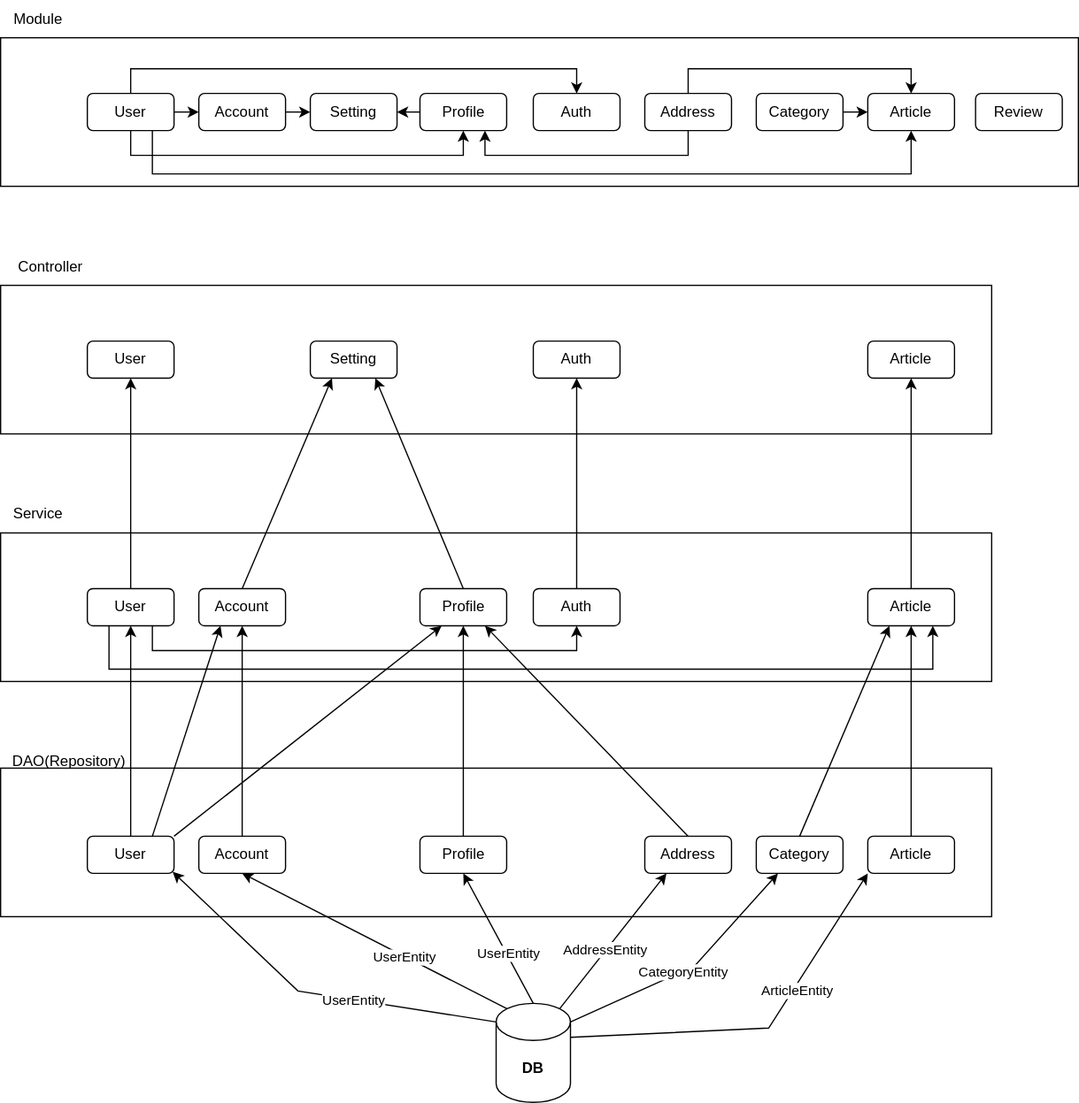
Earlier version of the draw.io export docs/uml/design-pattern.drawio.svg (1Dohyeon/RentEase). Source tidied: cells renumbered, new cells last; positions are measured from the earlier drawing's top-left corner, leaving out a move shared by most shapes.
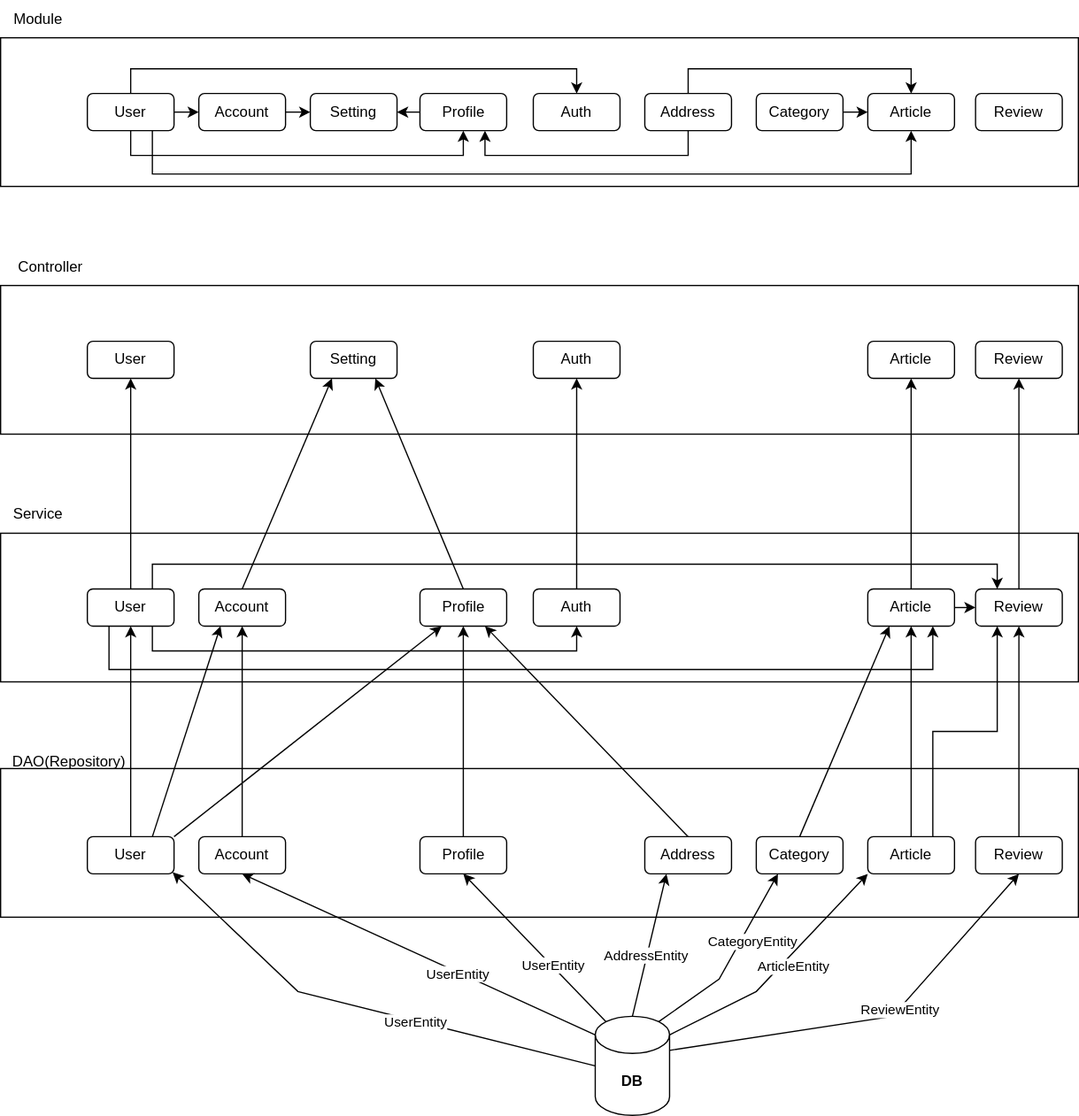
After the change.

Commit message:
ADD: Review 모듈 관계 설정

Diff of the diagram source:
```diff
@@ -3,16 +3,16 @@
     <mxCell id="0" />
     <mxCell id="1" parent="0" />
     <mxCell id="2" value="&lt;b&gt;DB&lt;/b&gt;" style="shape=cylinder3;whiteSpace=wrap;html=1;boundedLbl=1;backgroundOutline=1;size=15;" parent="1" vertex="1">
-      <mxGeometry x="400" y="810" width="60" height="80" as="geometry" />
+      <mxGeometry x="480" y="820" width="60" height="80" as="geometry" />
     </mxCell>
     <mxCell id="3" style="rounded=0;whiteSpace=wrap;html=1;" parent="1" vertex="1">
-      <mxGeometry y="230" width="800" height="120" as="geometry" />
+      <mxGeometry y="230" width="870" height="120" as="geometry" />
     </mxCell>
     <mxCell id="4" style="rounded=0;whiteSpace=wrap;html=1;" parent="1" vertex="1">
-      <mxGeometry y="430" width="800" height="120" as="geometry" />
+      <mxGeometry y="430" width="870" height="120" as="geometry" />
     </mxCell>
     <mxCell id="5" style="rounded=0;whiteSpace=wrap;html=1;" parent="1" vertex="1">
-      <mxGeometry y="620" width="800" height="120" as="geometry" />
+      <mxGeometry y="620" width="870" height="120" as="geometry" />
     </mxCell>
     <mxCell id="6" value="Controller" style="text;html=1;align=center;verticalAlign=middle;strokeColor=none;fillColor=none;" parent="1" vertex="1">
       <mxGeometry y="200" width="80" height="30" as="geometry" />
@@ -41,6 +41,9 @@
         </Array>
       </mxGeometry>
     </mxCell>
+    <mxCell id="71" style="edgeStyle=orthogonalEdgeStyle;rounded=0;jettySize=auto;html=1;exitX=0.75;exitY=0;exitDx=0;exitDy=0;entryX=0.25;entryY=0;entryDx=0;entryDy=0;" parent="1" edge="1" source="13" target="76">
+      <mxGeometry relative="1" as="geometry" />
+    </mxCell>
     <mxCell id="13" value="User" style="rounded=1;whiteSpace=wrap;html=1;" parent="1" vertex="1">
       <mxGeometry x="70" y="475" width="70" height="30" as="geometry" />
     </mxCell>
@@ -79,7 +82,7 @@
     <mxCell id="23" value="User" style="rounded=1;whiteSpace=wrap;html=1;" parent="1" vertex="1">
       <mxGeometry x="70" y="675" width="70" height="30" as="geometry" />
     </mxCell>
-    <mxCell id="24" style="endArrow=classic;html=1;rounded=0;exitX=0;exitY=0;exitDx=0;exitDy=15;exitPerimeter=0;entryX=0.984;entryY=0.959;entryDx=0;entryDy=0;entryPerimeter=0;" parent="1" edge="1" source="2" target="23">
+    <mxCell id="24" style="endArrow=classic;html=1;rounded=0;exitX=0;exitY=0.5;exitDx=0;exitDy=0;exitPerimeter=0;entryX=0.984;entryY=0.959;entryDx=0;entryDy=0;entryPerimeter=0;" parent="1" edge="1" source="2" target="23">
       <mxGeometry relative="1" as="geometry">
         <Array as="points">
           <mxPoint x="240" y="800" />
@@ -158,19 +161,19 @@
     <mxCell id="48" value="Address" style="rounded=1;whiteSpace=wrap;html=1;" parent="1" vertex="1">
       <mxGeometry x="520" y="675" width="70" height="30" as="geometry" />
     </mxCell>
-    <mxCell id="49" style="rounded=0;jettySize=auto;html=1;exitX=0.145;exitY=0;exitDx=0;exitDy=4.35;exitPerimeter=0;entryX=0.5;entryY=1;entryDx=0;entryDy=0;" parent="1" edge="1" source="2" target="44">
+    <mxCell id="49" style="rounded=0;jettySize=auto;html=1;exitX=0;exitY=0;exitDx=0;exitDy=15;exitPerimeter=0;entryX=0.5;entryY=1;entryDx=0;entryDy=0;" parent="1" edge="1" source="2" target="44">
       <mxGeometry relative="1" as="geometry" />
     </mxCell>
     <mxCell id="50" value="UserEntity" style="edgeLabel;html=1;align=center;verticalAlign=middle;" parent="49" vertex="1">
       <mxGeometry x="-0.22" y="1" relative="1" as="geometry" />
     </mxCell>
-    <mxCell id="51" style="rounded=0;jettySize=auto;html=1;exitX=0.5;exitY=0;exitDx=0;exitDy=0;exitPerimeter=0;entryX=0.5;entryY=1;entryDx=0;entryDy=0;" parent="1" edge="1" source="2" target="46">
+    <mxCell id="51" style="rounded=0;jettySize=auto;html=1;exitX=0.145;exitY=0;exitDx=0;exitDy=4.35;exitPerimeter=0;entryX=0.5;entryY=1;entryDx=0;entryDy=0;" parent="1" edge="1" source="2" target="46">
       <mxGeometry relative="1" as="geometry" />
     </mxCell>
     <mxCell id="52" value="UserEntity" style="edgeLabel;html=1;align=center;verticalAlign=middle;" parent="51" vertex="1">
       <mxGeometry x="-0.23" y="-1" relative="1" as="geometry" />
     </mxCell>
-    <mxCell id="53" style="rounded=0;jettySize=auto;html=1;exitX=0.855;exitY=0;exitDx=0;exitDy=4.35;exitPerimeter=0;entryX=0.25;entryY=1;entryDx=0;entryDy=0;" parent="1" edge="1" source="2" target="48">
+    <mxCell id="53" style="rounded=0;jettySize=auto;html=1;exitX=0.5;exitY=0;exitDx=0;exitDy=0;exitPerimeter=0;entryX=0.25;entryY=1;entryDx=0;entryDy=0;" parent="1" edge="1" source="2" target="48">
       <mxGeometry relative="1" as="geometry" />
     </mxCell>
     <mxCell id="54" value="AddressEntity" style="edgeLabel;html=1;align=center;verticalAlign=middle;" parent="53" vertex="1">
@@ -191,24 +194,32 @@
     <mxCell id="59" style="edgeStyle=orthogonalEdgeStyle;rounded=0;jettySize=auto;html=1;exitX=0.5;exitY=0;exitDx=0;exitDy=0;entryX=0.5;entryY=1;entryDx=0;entryDy=0;" parent="1" edge="1" source="60" target="58">
       <mxGeometry relative="1" as="geometry" />
     </mxCell>
+    <mxCell id="72" style="edgeStyle=orthogonalEdgeStyle;rounded=0;jettySize=auto;html=1;exitX=1;exitY=0.5;exitDx=0;exitDy=0;entryX=0;entryY=0.5;entryDx=0;entryDy=0;" parent="1" edge="1" source="60" target="76">
+      <mxGeometry relative="1" as="geometry" />
+    </mxCell>
     <mxCell id="60" value="Article" style="rounded=1;whiteSpace=wrap;html=1;" parent="1" vertex="1">
       <mxGeometry x="700" y="475" width="70" height="30" as="geometry" />
     </mxCell>
     <mxCell id="61" style="edgeStyle=orthogonalEdgeStyle;rounded=0;jettySize=auto;html=1;exitX=0.5;exitY=0;exitDx=0;exitDy=0;entryX=0.5;entryY=1;entryDx=0;entryDy=0;" parent="1" edge="1" source="62" target="60">
       <mxGeometry relative="1" as="geometry" />
     </mxCell>
+    <mxCell id="73" style="edgeStyle=orthogonalEdgeStyle;rounded=0;jettySize=auto;html=1;exitX=0.75;exitY=0;exitDx=0;exitDy=0;entryX=0.25;entryY=1;entryDx=0;entryDy=0;" parent="1" edge="1" source="62" target="76">
+      <mxGeometry relative="1" as="geometry" />
+    </mxCell>
     <mxCell id="62" value="Article" style="rounded=1;whiteSpace=wrap;html=1;" parent="1" vertex="1">
       <mxGeometry x="700" y="675" width="70" height="30" as="geometry" />
     </mxCell>
-    <mxCell id="63" style="rounded=0;jettySize=auto;html=1;exitX=1;exitY=0;exitDx=0;exitDy=15;exitPerimeter=0;entryX=0.25;entryY=1;entryDx=0;entryDy=0;" parent="1" edge="1" source="2" target="66">
+    <mxCell id="63" style="rounded=0;jettySize=auto;html=1;exitX=0.855;exitY=0;exitDx=0;exitDy=4.35;exitPerimeter=0;entryX=0.25;entryY=1;entryDx=0;entryDy=0;" parent="1" edge="1" source="2" target="66">
       <mxGeometry relative="1" as="geometry">
         <Array as="points">
-          <mxPoint x="560" y="780" />
+          <mxPoint x="580" y="790" />
         </Array>
       </mxGeometry>
     </mxCell>
     <mxCell id="64" value="CategoryEntity" style="edgeLabel;html=1;align=center;verticalAlign=middle;" parent="63" vertex="1">
-      <mxGeometry x="-0.06" relative="1" as="geometry" />
+      <mxGeometry x="-0.06" relative="1" as="geometry">
+        <mxPoint x="19" y="-18" as="offset" />
+      </mxGeometry>
     </mxCell>
     <mxCell id="65" style="rounded=0;jettySize=auto;html=1;exitX=0.5;exitY=0;exitDx=0;exitDy=0;entryX=0.25;entryY=1;entryDx=0;entryDy=0;" parent="1" edge="1" source="66" target="60">
       <mxGeometry relative="1" as="geometry" />
@@ -216,15 +227,17 @@
     <mxCell id="66" value="Category" style="rounded=1;whiteSpace=wrap;html=1;" parent="1" vertex="1">
       <mxGeometry x="610" y="675" width="70" height="30" as="geometry" />
     </mxCell>
-    <mxCell id="67" style="rounded=0;jettySize=auto;html=1;exitX=1;exitY=0;exitDx=0;exitDy=27.5;exitPerimeter=0;entryX=0;entryY=1;entryDx=0;entryDy=0;" parent="1" edge="1" source="2" target="62">
+    <mxCell id="67" style="rounded=0;jettySize=auto;html=1;exitX=1;exitY=0;exitDx=0;exitDy=15;exitPerimeter=0;entryX=0;entryY=1;entryDx=0;entryDy=0;" parent="1" edge="1" source="2" target="62">
       <mxGeometry relative="1" as="geometry">
         <Array as="points">
-          <mxPoint x="620" y="830" />
+          <mxPoint x="610" y="800" />
         </Array>
       </mxGeometry>
     </mxCell>
     <mxCell id="68" value="ArticleEntity" style="edgeLabel;html=1;align=center;verticalAlign=middle;" parent="67" vertex="1">
-      <mxGeometry x="0.28" y="-2" relative="1" as="geometry" />
+      <mxGeometry x="0.28" y="-2" relative="1" as="geometry">
+        <mxPoint x="-10" y="19" as="offset" />
+      </mxGeometry>
     </mxCell>
     <mxCell id="69" style="rounded=0;jettySize=auto;html=1;exitX=1;exitY=0;exitDx=0;exitDy=0;entryX=0.25;entryY=1;entryDx=0;entryDy=0;" parent="1" edge="1" source="23" target="40">
       <mxGeometry relative="1" as="geometry" />
@@ -232,5 +245,30 @@
     <mxCell id="70" value="Review" style="rounded=1;whiteSpace=wrap;html=1;" parent="1" vertex="1">
       <mxGeometry x="787" y="75" width="70" height="30" as="geometry" />
     </mxCell>
+    <mxCell id="74" value="Review" style="rounded=1;whiteSpace=wrap;html=1;" parent="1" vertex="1">
+      <mxGeometry x="787" y="275" width="70" height="30" as="geometry" />
+    </mxCell>
+    <mxCell id="75" style="edgeStyle=orthogonalEdgeStyle;rounded=0;jettySize=auto;html=1;exitX=0.5;exitY=0;exitDx=0;exitDy=0;entryX=0.5;entryY=1;entryDx=0;entryDy=0;" parent="1" edge="1" source="76" target="74">
+      <mxGeometry relative="1" as="geometry" />
+    </mxCell>
+    <mxCell id="76" value="Review" style="rounded=1;whiteSpace=wrap;html=1;" parent="1" vertex="1">
+      <mxGeometry x="787" y="475" width="70" height="30" as="geometry" />
+    </mxCell>
+    <mxCell id="77" style="edgeStyle=orthogonalEdgeStyle;rounded=0;jettySize=auto;html=1;exitX=0.5;exitY=0;exitDx=0;exitDy=0;entryX=0.5;entryY=1;entryDx=0;entryDy=0;" parent="1" edge="1" source="78" target="76">
+      <mxGeometry relative="1" as="geometry" />
+    </mxCell>
+    <mxCell id="78" value="Review" style="rounded=1;whiteSpace=wrap;html=1;" parent="1" vertex="1">
+      <mxGeometry x="787" y="675" width="70" height="30" as="geometry" />
+    </mxCell>
+    <mxCell id="79" style="rounded=0;jettySize=auto;html=1;exitX=1;exitY=0;exitDx=0;exitDy=27.5;exitPerimeter=0;entryX=0.5;entryY=1;entryDx=0;entryDy=0;" parent="1" edge="1" source="2" target="78">
+      <mxGeometry relative="1" as="geometry">
+        <Array as="points">
+          <mxPoint x="720" y="820" />
+        </Array>
+      </mxGeometry>
+    </mxCell>
+    <mxCell id="80" value="ReviewEntity" style="edgeLabel;html=1;align=center;verticalAlign=middle;" parent="79" vertex="1">
+      <mxGeometry x="0.13" y="-1" relative="1" as="geometry" />
+    </mxCell>
   </root>
 </mxGraphModel>
```
